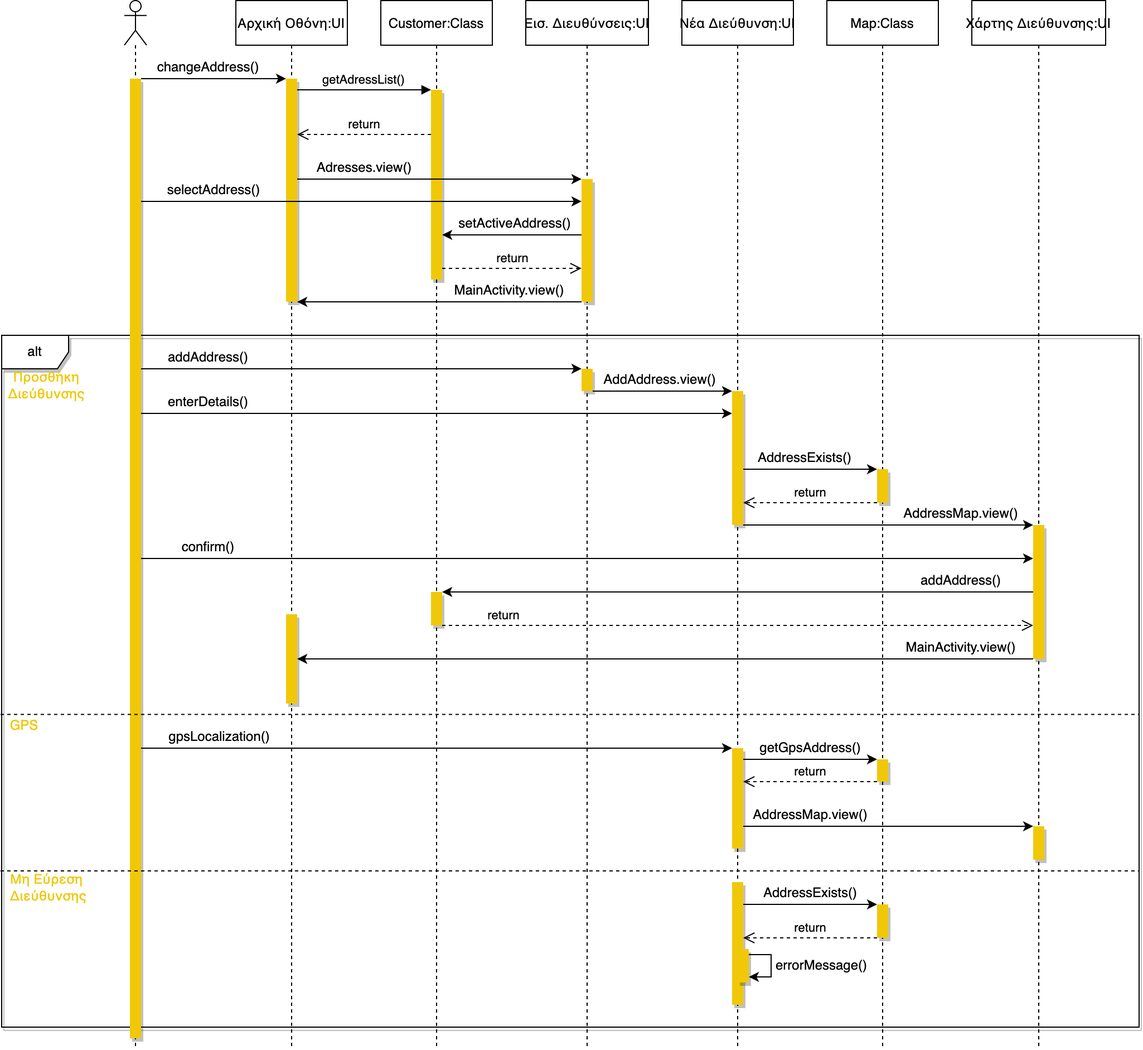
Before: docs/final/nomnomr./Media/Sequence Diagrams/1.Επιλογή Διεύθυνσης.drawio.png, a diagram exported from draw.io (iloudaros/nomnomr). Source tidied: cells renumbered, new cells last; positions are measured from the earlier drawing's top-left corner, leaving out a move shared by most shapes.
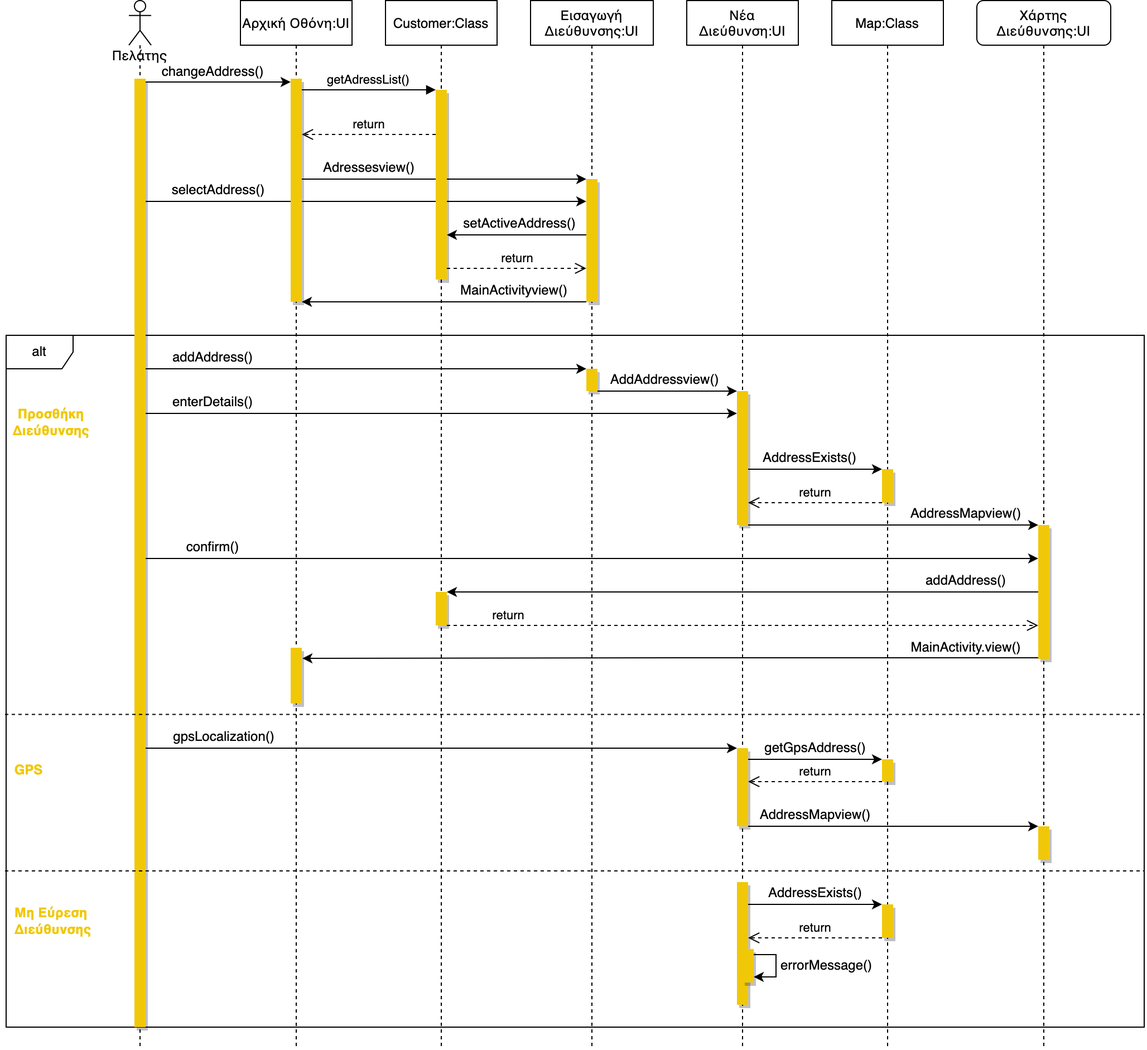
After the commit.

Commit message:
Τελευταίες διορθώσεις Sequence

The edit, as a diff of the source:
```diff
@@ -2,7 +2,23 @@
   <root>
     <mxCell id="0" />
     <mxCell id="1" parent="0" />
+    <mxCell id="21" style="edgeStyle=orthogonalEdgeStyle;rounded=0;jettySize=auto;html=1;" parent="1" edge="1" source="12" target="17">
+      <mxGeometry relative="1" as="geometry">
+        <Array as="points">
+          <mxPoint x="421" y="180" />
+          <mxPoint x="421" y="180" />
+        </Array>
+      </mxGeometry>
+    </mxCell>
+    <mxCell id="19" style="edgeStyle=orthogonalEdgeStyle;rounded=0;jettySize=auto;html=1;" parent="1" edge="1" source="4" target="17">
+      <mxGeometry relative="1" as="geometry">
+        <Array as="points">
+          <mxPoint x="331" y="160" />
+          <mxPoint x="331" y="160" />
+        </Array>
+      </mxGeometry>
+    </mxCell>
-    <mxCell id="2" value="alt" style="shape=umlFrame;whiteSpace=wrap;html=1;shadow=1;fillColor=#FFFFFF;gradientColor=none;" parent="1" vertex="1">
+    <mxCell id="2" value="alt" style="shape=umlFrame;whiteSpace=wrap;html=1;shadow=0;fillColor=#FFFFFF;gradientColor=none;" parent="1" vertex="1">
       <mxGeometry x="1" y="300" width="1020" height="620" as="geometry" />
     </mxCell>
     <mxCell id="3" value="Αρχική Οθόνη:UI" style="shape=umlLifeline;perimeter=lifelinePerimeter;rounded=0;shadow=0;strokeWidth=1;" parent="1" vertex="1">
@@ -15,8 +31,13 @@
       <mxGeometry x="-70" y="160" width="100" height="20" as="geometry" />
     </mxCell>
     <mxCell id="6" style="html=1;points=[];perimeter=orthogonalPerimeter;shadow=1;fillColor=#F0C808;gradientColor=none;fontColor=#000000;strokeColor=none;" parent="3" vertex="1">
-      <mxGeometry x="45" y="550" width="10" height="80" as="geometry" />
+      <mxGeometry x="45" y="580" width="10" height="50" as="geometry" />
     </mxCell>
+    <mxCell id="53" style="edgeStyle=orthogonalEdgeStyle;rounded=0;jettySize=auto;html=1;entryX=1.05;entryY=0.19;entryDx=0;entryDy=0;entryPerimeter=0;" parent="3" edge="1" target="6">
+      <mxGeometry relative="1" as="geometry">
+        <mxPoint x="720" y="589" as="sourcePoint" />
+      </mxGeometry>
+    </mxCell>
     <mxCell id="7" value="Customer:Class" style="shape=umlLifeline;perimeter=lifelinePerimeter;rounded=0;shadow=0;strokeWidth=1;" parent="1" vertex="1">
       <mxGeometry x="341" width="100" height="940" as="geometry" />
     </mxCell>
@@ -29,22 +50,24 @@
     <mxCell id="10" value="getAdressList()" style="verticalAlign=bottom;endArrow=block;entryX=0;entryY=0;shadow=0;strokeWidth=1;" parent="1" edge="1" source="4" target="8">
       <mxGeometry relative="1" as="geometry" />
     </mxCell>
-    <mxCell id="11" style="shape=umlLifeline;participant=umlActor;perimeter=lifelinePerimeter;whiteSpace=wrap;html=1;verticalAlign=top;spacingTop=36;" parent="1" vertex="1">
+    <mxCell id="11" value="Πελάτης" style="shape=umlLifeline;participant=umlActor;perimeter=lifelinePerimeter;whiteSpace=wrap;html=1;verticalAlign=top;spacingTop=36;" parent="1" vertex="1">
       <mxGeometry x="111" width="20" height="940" as="geometry" />
     </mxCell>
     <mxCell id="12" style="html=1;points=[];perimeter=orthogonalPerimeter;fillColor=#F0C808;strokeColor=none;shadow=1;" parent="11" vertex="1">
-      <mxGeometry x="5" y="70" width="10" height="860" as="geometry" />
+      <mxGeometry x="5" y="70" width="10" height="850" as="geometry" />
     </mxCell>
-    <mxCell id="13" style="edgeStyle=orthogonalEdgeStyle;rounded=0;jettySize=auto;html=1;" parent="1" edge="1" source="12" target="4">
+    <mxCell id="13" style="edgeStyle=orthogonalEdgeStyle;rounded=0;orthogonalLoop=1;jettySize=auto;html=1;" parent="1" edge="1">
       <mxGeometry relative="1" as="geometry">
+        <mxPoint x="126" y="73" as="sourcePoint" />
+        <mxPoint x="256" y="73" as="targetPoint" />
         <Array as="points">
-          <mxPoint x="211" y="70" />
-          <mxPoint x="211" y="70" />
+          <mxPoint x="211" y="73" />
+          <mxPoint x="211" y="73" />
         </Array>
       </mxGeometry>
     </mxCell>
     <mxCell id="14" value="changeAddress()" style="text;html=1;align=center;verticalAlign=middle;strokeColor=none;fillColor=none;" parent="1" vertex="1">
-      <mxGeometry x="131" y="50" width="110" height="20" as="geometry" />
+      <mxGeometry x="131" y="54" width="110" height="20" as="geometry" />
     </mxCell>
     <mxCell id="15" value="return" style="html=1;verticalAlign=bottom;endArrow=open;dashed=1;endSize=8;rounded=0;" parent="1" edge="1" source="8" target="4">
       <mxGeometry relative="1" as="geometry">
@@ -53,7 +76,7 @@
         </Array>
       </mxGeometry>
     </mxCell>
-    <mxCell id="16" value="Εισ. Διευθύνσεις:UI" style="shape=umlLifeline;perimeter=lifelinePerimeter;rounded=0;shadow=0;strokeWidth=1;" parent="1" vertex="1">
+    <mxCell id="16" value="Εισαγωγή&#10;Διεύθυνσης:UI" style="shape=umlLifeline;perimeter=lifelinePerimeter;rounded=0;shadow=0;strokeWidth=1;" parent="1" vertex="1">
       <mxGeometry x="471" width="110" height="940" as="geometry" />
     </mxCell>
     <mxCell id="17" style="points=[];perimeter=orthogonalPerimeter;rounded=0;shadow=1;strokeWidth=1;fillColor=#F0C808;strokeColor=none;" parent="16" vertex="1">
@@ -62,25 +85,9 @@
     <mxCell id="18" style="points=[];perimeter=orthogonalPerimeter;rounded=0;shadow=1;strokeWidth=1;fillColor=#F0C808;strokeColor=none;" parent="16" vertex="1">
       <mxGeometry x="50" y="330" width="10" height="20" as="geometry" />
     </mxCell>
-    <mxCell id="19" style="edgeStyle=orthogonalEdgeStyle;rounded=0;jettySize=auto;html=1;" parent="1" edge="1" source="4" target="17">
-      <mxGeometry relative="1" as="geometry">
-        <Array as="points">
-          <mxPoint x="331" y="160" />
-          <mxPoint x="331" y="160" />
-        </Array>
-      </mxGeometry>
-    </mxCell>
-    <mxCell id="20" value="Adresses.view()" style="text;html=1;align=center;verticalAlign=middle;strokeColor=none;fillColor=none;" parent="1" vertex="1">
+    <mxCell id="20" value="Adressesview()" style="text;html=1;align=center;verticalAlign=middle;strokeColor=none;fillColor=none;" parent="1" vertex="1">
       <mxGeometry x="276" y="140" width="100" height="20" as="geometry" />
     </mxCell>
-    <mxCell id="21" style="edgeStyle=orthogonalEdgeStyle;rounded=0;jettySize=auto;html=1;" parent="1" edge="1" source="12" target="17">
-      <mxGeometry relative="1" as="geometry">
-        <Array as="points">
-          <mxPoint x="421" y="180" />
-          <mxPoint x="421" y="180" />
-        </Array>
-      </mxGeometry>
-    </mxCell>
     <mxCell id="22" style="edgeStyle=orthogonalEdgeStyle;rounded=0;jettySize=auto;html=1;" parent="1" edge="1" source="17" target="8">
       <mxGeometry relative="1" as="geometry">
         <Array as="points">
@@ -107,7 +114,7 @@
         </Array>
       </mxGeometry>
     </mxCell>
-    <mxCell id="26" value="MainActivity.view()" style="text;html=1;align=center;verticalAlign=middle;strokeColor=none;fillColor=none;" parent="1" vertex="1">
+    <mxCell id="26" value="MainActivityview()" style="text;html=1;align=center;verticalAlign=middle;strokeColor=none;fillColor=none;" parent="1" vertex="1">
       <mxGeometry x="401" y="250" width="110" height="20" as="geometry" />
     </mxCell>
     <mxCell id="27" style="edgeStyle=orthogonalEdgeStyle;rounded=0;jettySize=auto;html=1;" parent="1" edge="1" source="12">
@@ -122,14 +129,14 @@
     <mxCell id="28" value="addAddress()" style="text;html=1;align=center;verticalAlign=middle;strokeColor=none;fillColor=none;" parent="1" vertex="1">
       <mxGeometry x="141" y="310" width="90" height="20" as="geometry" />
     </mxCell>
-    <mxCell id="29" value="Νέα Διεύθυνση:UI" style="shape=umlLifeline;perimeter=lifelinePerimeter;rounded=0;shadow=0;strokeWidth=1;" parent="1" vertex="1">
+    <mxCell id="29" value="Νέα &#10;Διεύθυνση:UI" style="shape=umlLifeline;perimeter=lifelinePerimeter;rounded=0;shadow=0;strokeWidth=1;" parent="1" vertex="1">
       <mxGeometry x="611" width="100" height="940" as="geometry" />
     </mxCell>
     <mxCell id="30" style="points=[];perimeter=orthogonalPerimeter;rounded=0;shadow=1;strokeWidth=1;fillColor=#F0C808;strokeColor=none;" parent="29" vertex="1">
       <mxGeometry x="45" y="350" width="10" height="120" as="geometry" />
     </mxCell>
     <mxCell id="31" style="points=[];perimeter=orthogonalPerimeter;rounded=0;shadow=1;strokeWidth=1;fillColor=#F0C808;strokeColor=none;" parent="29" vertex="1">
-      <mxGeometry x="45" y="670" width="10" height="90" as="geometry" />
+      <mxGeometry x="45" y="670" width="10" height="70" as="geometry" />
     </mxCell>
     <mxCell id="32" style="points=[];perimeter=orthogonalPerimeter;rounded=0;shadow=1;strokeWidth=1;fillColor=#F0C808;strokeColor=none;" parent="29" vertex="1">
       <mxGeometry x="45" y="790" width="10" height="110" as="geometry" />
@@ -182,7 +189,7 @@
         </Array>
       </mxGeometry>
     </mxCell>
-    <mxCell id="43" value="Χάρτης Διεύθυνσης:UI" style="shape=umlLifeline;perimeter=lifelinePerimeter;rounded=0;shadow=0;strokeWidth=1;" parent="1" vertex="1">
+    <mxCell id="43" value="Χάρτης &#10;Διεύθυνσης:UI" style="shape=umlLifeline;perimeter=lifelinePerimeter;rounded=1;shadow=0;strokeWidth=1;" parent="1" vertex="1">
       <mxGeometry x="871" width="120" height="940" as="geometry" />
     </mxCell>
     <mxCell id="44" style="points=[];perimeter=orthogonalPerimeter;rounded=0;shadow=1;strokeWidth=1;fillColor=#F0C808;strokeColor=none;" parent="43" vertex="1">
@@ -199,7 +206,7 @@
         </Array>
       </mxGeometry>
     </mxCell>
-    <mxCell id="47" value="AddressMap.view()" style="text;html=1;align=center;verticalAlign=middle;strokeColor=none;fillColor=none;" parent="1" vertex="1">
+    <mxCell id="47" value="AddressMapview()" style="text;html=1;align=center;verticalAlign=middle;strokeColor=none;fillColor=none;" parent="1" vertex="1">
       <mxGeometry x="801" y="450" width="120" height="20" as="geometry" />
     </mxCell>
     <mxCell id="48" style="edgeStyle=orthogonalEdgeStyle;rounded=0;jettySize=auto;html=1;" parent="1" edge="1" source="12" target="44">
@@ -231,27 +238,20 @@
         </Array>
       </mxGeometry>
     </mxCell>
-    <mxCell id="53" style="edgeStyle=orthogonalEdgeStyle;rounded=0;jettySize=auto;html=1;" parent="1" edge="1" source="44" target="6">
-      <mxGeometry relative="1" as="geometry">
-        <Array as="points">
-          <mxPoint x="316" y="590" />
-        </Array>
-      </mxGeometry>
-    </mxCell>
     <mxCell id="54" value="MainActivity.view()" style="text;html=1;align=center;verticalAlign=middle;strokeColor=none;fillColor=none;" parent="1" vertex="1">
       <mxGeometry x="806" y="570" width="110" height="20" as="geometry" />
     </mxCell>
-    <mxCell id="55" value="AddAddress.view()" style="text;html=1;align=center;verticalAlign=middle;strokeColor=none;fillColor=none;" parent="1" vertex="1">
-      <mxGeometry x="531" y="330" width="120" height="20" as="geometry" />
+    <mxCell id="55" value="AddAddressview()" style="text;html=1;align=center;verticalAlign=middle;strokeColor=none;fillColor=none;" parent="1" vertex="1">
+      <mxGeometry x="536" y="330" width="110" height="20" as="geometry" />
     </mxCell>
-    <mxCell id="56" value="Προσθήκη&lt;br&gt;Διεύθυνσης" style="text;html=1;align=center;verticalAlign=middle;strokeColor=none;fillColor=none;fontColor=#F0C808;" parent="1" vertex="1">
-      <mxGeometry x="1" y="330" width="80" height="30" as="geometry" />
+    <mxCell id="56" value="Προσθήκη&lt;br&gt;Διεύθυνσης" style="text;html=1;align=center;verticalAlign=middle;strokeColor=none;fillColor=none;fontColor=#F0C808;fontStyle=1;" parent="1" vertex="1">
+      <mxGeometry x="1" y="363" width="80" height="30" as="geometry" />
     </mxCell>
     <mxCell id="57" style="endArrow=none;dashed=1;html=1;rounded=0;fontColor=#F0C808;exitX=-0.001;exitY=0.548;exitDx=0;exitDy=0;exitPerimeter=0;entryX=1;entryY=0.548;entryDx=0;entryDy=0;entryPerimeter=0;" parent="1" edge="1" source="2" target="2">
       <mxGeometry relative="1" as="geometry" />
     </mxCell>
-    <mxCell id="58" value="GPS" style="text;html=1;align=center;verticalAlign=middle;strokeColor=none;fillColor=none;fontColor=#F0C808;" parent="1" vertex="1">
-      <mxGeometry x="1" y="640" width="40" height="20" as="geometry" />
+    <mxCell id="58" value="GPS" style="text;html=1;align=center;verticalAlign=middle;strokeColor=none;fillColor=none;fontColor=#F0C808;fontStyle=1;" parent="1" vertex="1">
+      <mxGeometry x="1" y="680" width="40" height="20" as="geometry" />
     </mxCell>
     <mxCell id="59" style="edgeStyle=orthogonalEdgeStyle;rounded=0;jettySize=auto;html=1;fontColor=#F0C808;" parent="1" edge="1" source="12" target="31">
       <mxGeometry relative="1" as="geometry">
@@ -290,7 +290,7 @@
         </Array>
       </mxGeometry>
     </mxCell>
-    <mxCell id="65" value="AddressMap.view()" style="text;html=1;align=center;verticalAlign=middle;strokeColor=none;fillColor=none;fontColor=#000000;" parent="1" vertex="1">
+    <mxCell id="65" value="AddressMapview()" style="text;html=1;align=center;verticalAlign=middle;strokeColor=none;fillColor=none;fontColor=#000000;" parent="1" vertex="1">
       <mxGeometry x="666" y="720" width="120" height="20" as="geometry" />
     </mxCell>
     <mxCell id="66" style="endArrow=none;dashed=1;html=1;rounded=0;fontColor=#F0C808;exitX=-0.001;exitY=0.548;exitDx=0;exitDy=0;exitPerimeter=0;entryX=1;entryY=0.548;entryDx=0;entryDy=0;entryPerimeter=0;" parent="1" edge="1">
@@ -299,8 +299,8 @@
         <mxPoint x="1021" y="780" as="targetPoint" />
       </mxGeometry>
     </mxCell>
-    <mxCell id="67" value="Μη Εύρεση&lt;br&gt;&amp;nbsp;Διεύθυνσης" style="text;html=1;align=center;verticalAlign=middle;strokeColor=none;fillColor=none;fontColor=#F0C808;" parent="1" vertex="1">
-      <mxGeometry x="1" y="780" width="80" height="30" as="geometry" />
+    <mxCell id="67" value="Μη Εύρεση&lt;br&gt;&amp;nbsp;Διεύθυνσης" style="text;html=1;align=center;verticalAlign=middle;strokeColor=none;fillColor=none;fontColor=#F0C808;fontStyle=1;" parent="1" vertex="1">
+      <mxGeometry x="-4" y="810" width="90" height="30" as="geometry" />
     </mxCell>
     <mxCell id="68" value="AddressExists()" style="text;html=1;align=center;verticalAlign=middle;strokeColor=none;fillColor=none;" parent="1" vertex="1">
       <mxGeometry x="676" y="790" width="100" height="20" as="geometry" />
```
